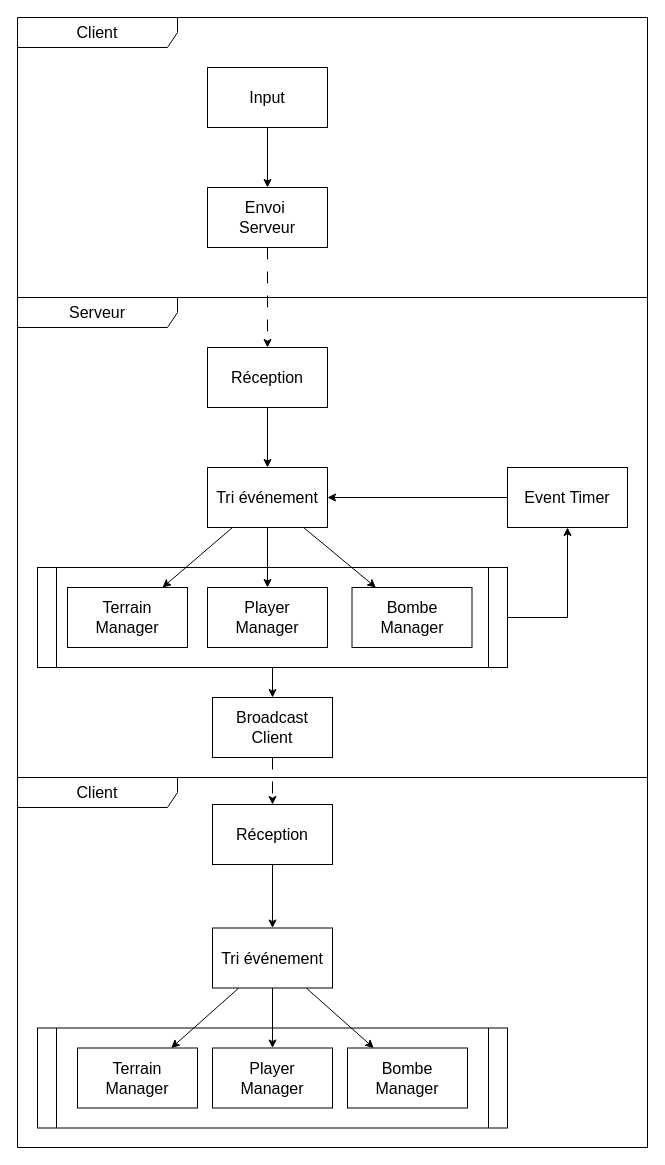
This is Motivations.drawio from rp2709/bomber-person, a draw.io file, before an edit. Source tidied: cells renumbered, new cells numbered last; positions are measured from the earlier drawing's top-left corner, leaving out a move shared by most shapes. Both pictures are drawn from the tidied source at 100%, with x=0, y=0 at pixel (17, 17).
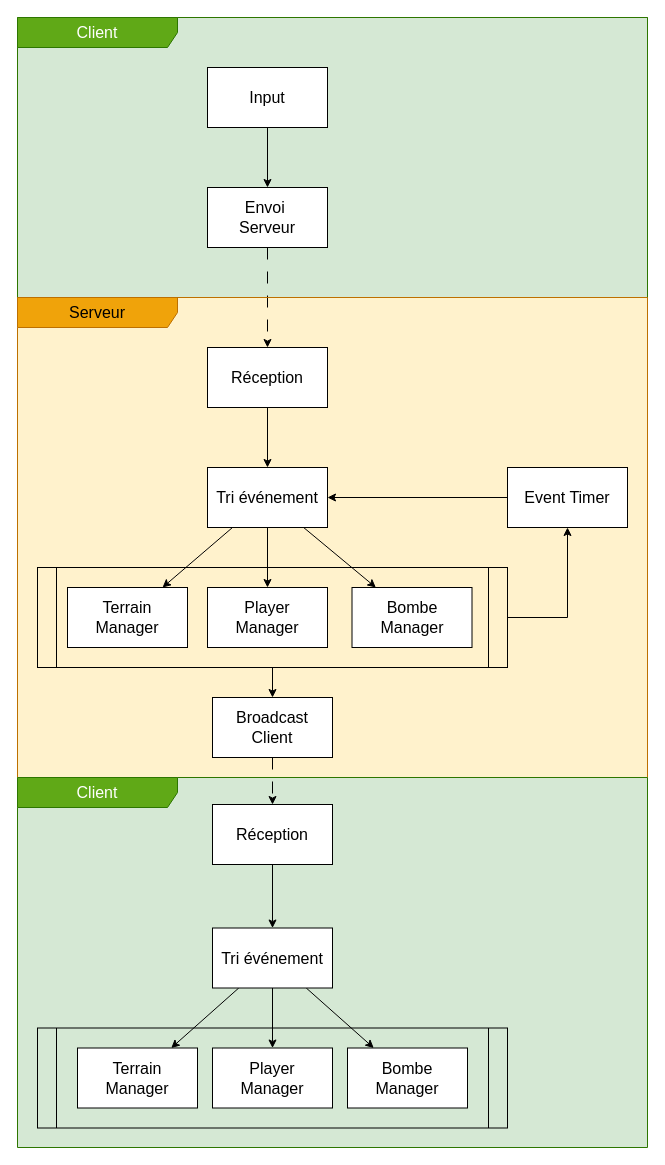
Above is the later version.

The change refers to these unchanged cells:
```xml
<mxCell id="3" value="Envoi&amp;nbsp;&lt;div&gt;Serveur&lt;/div&gt;" style="rounded=0;whiteSpace=wrap;html=1;fontFamily=Helvetica;fontSize=16;" parent="2" vertex="1">
  <mxGeometry x="190" y="170" width="120" height="60" as="geometry" />
</mxCell>
<mxCell id="9" value="Réception" style="rounded=0;whiteSpace=wrap;html=1;fontFamily=Helvetica;fontSize=16;" parent="6" vertex="1">
  <mxGeometry x="190" y="50" width="120" height="60" as="geometry" />
</mxCell>
```

Diff of the diagram source:
```diff
@@
+    <mxCell id="35" style="whiteSpace=wrap;html=1;strokeColor=none;fillColor=#fff2cc;" parent="1" vertex="1">
+      <mxGeometry y="280" width="630" height="480" as="geometry" />
+    </mxCell>
+    <mxCell id="36" style="whiteSpace=wrap;html=1;strokeColor=#82b366;fillColor=#d5e8d4;" parent="1" vertex="1">
+      <mxGeometry width="630" height="280" as="geometry" />
+    </mxCell>
-    <mxCell id="2" value="Client" style="shape=umlFrame;whiteSpace=wrap;html=1;width=160;fontSize=16;" parent="1" vertex="1">
+    <mxCell id="2" value="Client" style="shape=umlFrame;whiteSpace=wrap;html=1;width=160;fontSize=16;fillColor=#60a917;strokeColor=#2D7600;shadow=0;fontColor=#ffffff;" parent="1" vertex="1">
       <mxGeometry width="630" height="280" as="geometry" />
     </mxCell>
@@
+    <mxCell id="34" style="edgeStyle=none;html=1;dashed=1;dashPattern=12 12;" parent="1" edge="1" source="3" target="9">
+      <mxGeometry relative="1" as="geometry" />
+    </mxCell>
-    <mxCell id="6" value="Serveur" style="shape=umlFrame;whiteSpace=wrap;html=1;width=160;fontFamily=Helvetica;fontSize=16;" parent="1" vertex="1">
+    <mxCell id="6" value="Serveur" style="shape=umlFrame;whiteSpace=wrap;html=1;width=160;fontFamily=Helvetica;fontSize=16;strokeColor=#BD7000;fillColor=#f0a30a;fontColor=#000000;" parent="1" vertex="1">
       <mxGeometry y="280" width="630" height="480" as="geometry" />
     </mxCell>
@@
+    <mxCell id="37" style="whiteSpace=wrap;html=1;strokeColor=none;fillColor=#d5e8d4;" parent="1" vertex="1">
+      <mxGeometry y="760" width="630" height="370" as="geometry" />
+    </mxCell>
-    <mxCell id="22" value="Client" style="shape=umlFrame;whiteSpace=wrap;html=1;width=160;fontSize=16;" parent="1" vertex="1">
+    <mxCell id="22" value="Client" style="shape=umlFrame;whiteSpace=wrap;html=1;width=160;fontSize=16;fillColor=#60a917;fontColor=#ffffff;strokeColor=#2D7600;" parent="1" vertex="1">
       <mxGeometry y="760" width="630" height="370" as="geometry" />
     </mxCell>
@@
-    <mxCell id="34" style="edgeStyle=none;html=1;dashed=1;dashPattern=12 12;" parent="1" edge="1" source="3" target="9">
-      <mxGeometry relative="1" as="geometry" />
-    </mxCell>
```
